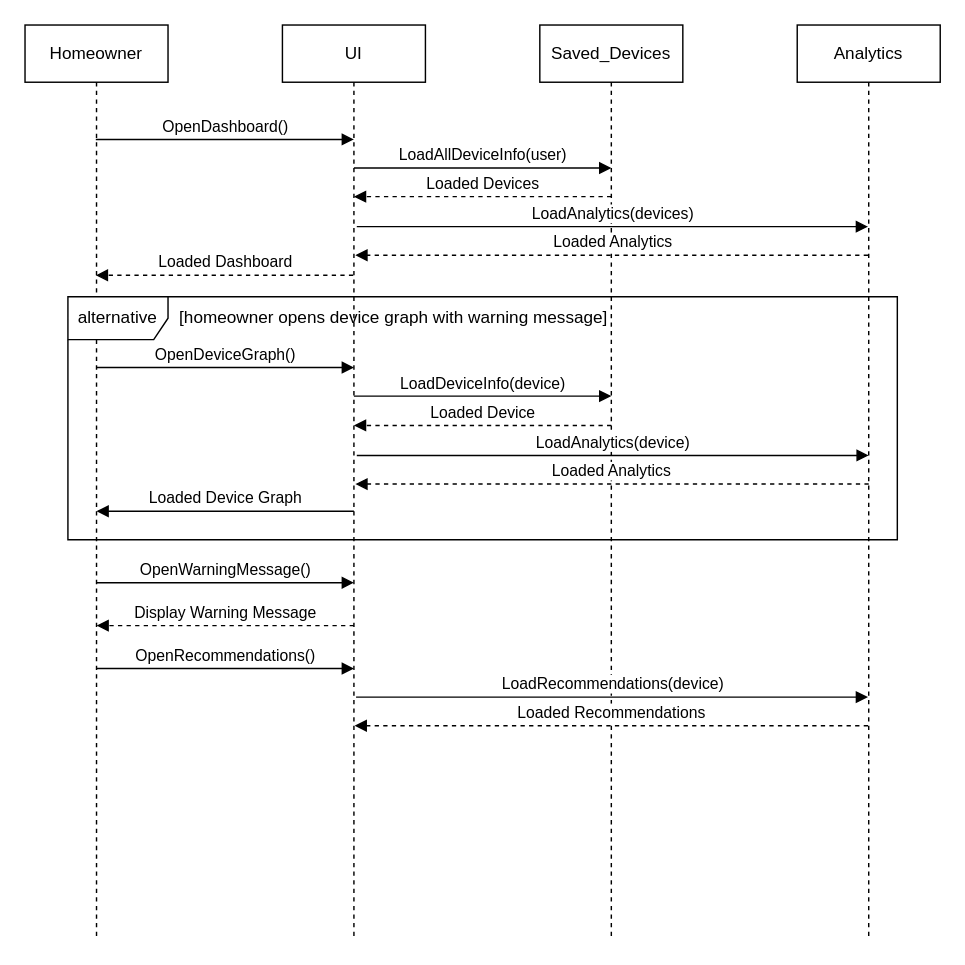
Before: 3_2_SequenceDiagram.drawio in uvic-teach/project-m1-team15, a draw.io diagram. Source tidied: cells renumbered, new cells numbered last; positions are measured from the earlier drawing's top-left corner, leaving out a move shared by most shapes. Both pictures are drawn from the tidied source at 143%, with x=0, y=0 at pixel (24, 24).
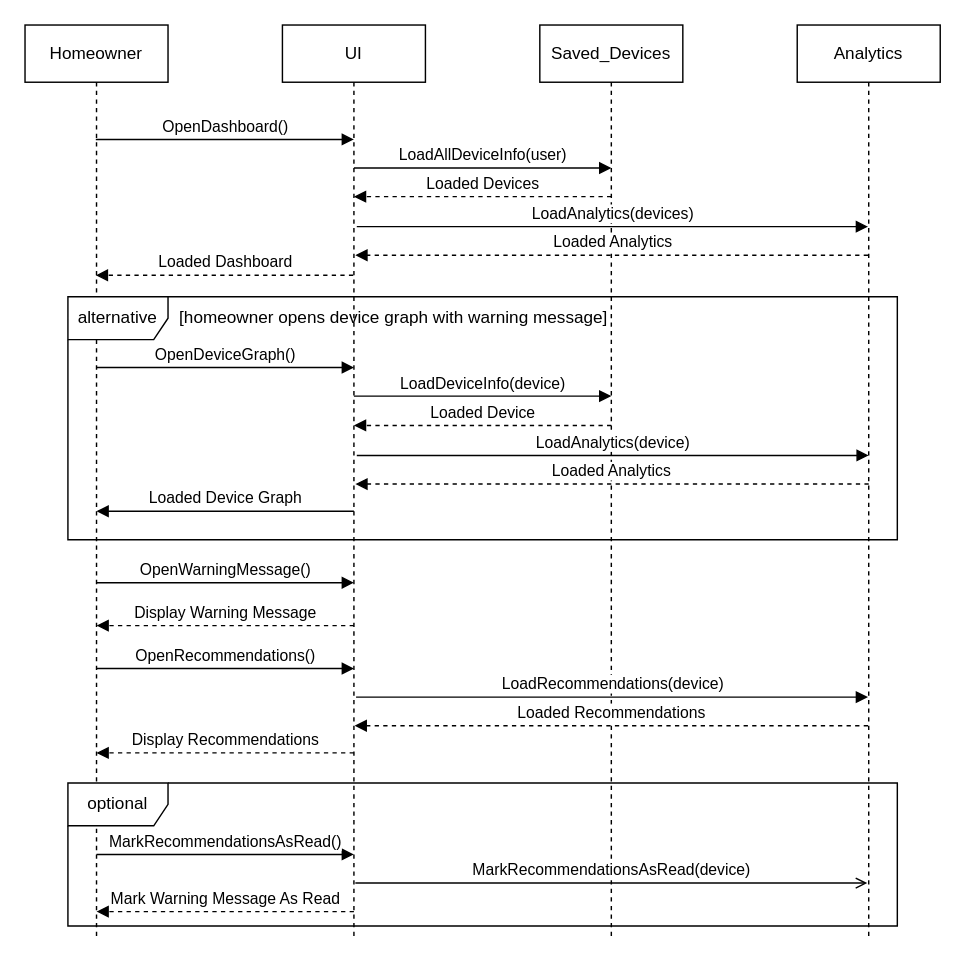
Above is the later version.

Commit message:
Finish Draft 3_2_SequenceDiagram.drawio

Diff of the diagram source:
```diff
@@
+    <mxCell id="25" value="Display Recommendations" style="html=1;verticalAlign=bottom;endArrow=block;edgeStyle=elbowEdgeStyle;elbow=vertical;curved=0;rounded=0;dashed=1;" parent="1" edge="1">
+      <mxGeometry relative="1" as="geometry">
+        <mxPoint x="230" y="509" as="sourcePoint" />
+        <mxPoint x="50" y="509" as="targetPoint" />
+        <Array as="points">
+          <mxPoint x="150.5" y="509" />
+        </Array>
+      </mxGeometry>
+    </mxCell>
+    <mxCell id="26" value="optional" style="shape=umlFrame;whiteSpace=wrap;html=1;width=70;height=30;" parent="1" vertex="1">
+      <mxGeometry x="30" y="530" width="580" height="100" as="geometry" />
+    </mxCell>
+    <mxCell id="27" value="MarkRecommendationsAsRead()" style="html=1;verticalAlign=bottom;endArrow=block;edgeStyle=elbowEdgeStyle;elbow=vertical;curved=0;rounded=0;endFill=1;" parent="1" edge="1">
+      <mxGeometry relative="1" as="geometry">
+        <mxPoint x="50" y="580" as="sourcePoint" />
+        <mxPoint x="230" y="580" as="targetPoint" />
+        <Array as="points">
+          <mxPoint x="140" y="580" />
+        </Array>
+      </mxGeometry>
+    </mxCell>
+    <mxCell id="28" value="MarkRecommendationsAsRead(device)" style="html=1;verticalAlign=bottom;endArrow=open;edgeStyle=elbowEdgeStyle;elbow=vertical;curved=0;rounded=0;endFill=0;" parent="1" edge="1">
+      <mxGeometry relative="1" as="geometry">
+        <mxPoint x="231" y="600" as="sourcePoint" />
+        <mxPoint x="589" y="600" as="targetPoint" />
+        <Array as="points">
+          <mxPoint x="322" y="600" />
+        </Array>
+      </mxGeometry>
+    </mxCell>
+    <mxCell id="29" value="Mark Warning Message As Read" style="html=1;verticalAlign=bottom;endArrow=block;edgeStyle=elbowEdgeStyle;elbow=vertical;curved=0;rounded=0;dashed=1;" parent="1" edge="1">
+      <mxGeometry relative="1" as="geometry">
+        <mxPoint x="230" y="620" as="sourcePoint" />
+        <mxPoint x="50" y="620" as="targetPoint" />
+        <Array as="points">
+          <mxPoint x="150.5" y="620" />
+        </Array>
+      </mxGeometry>
+    </mxCell>
```
